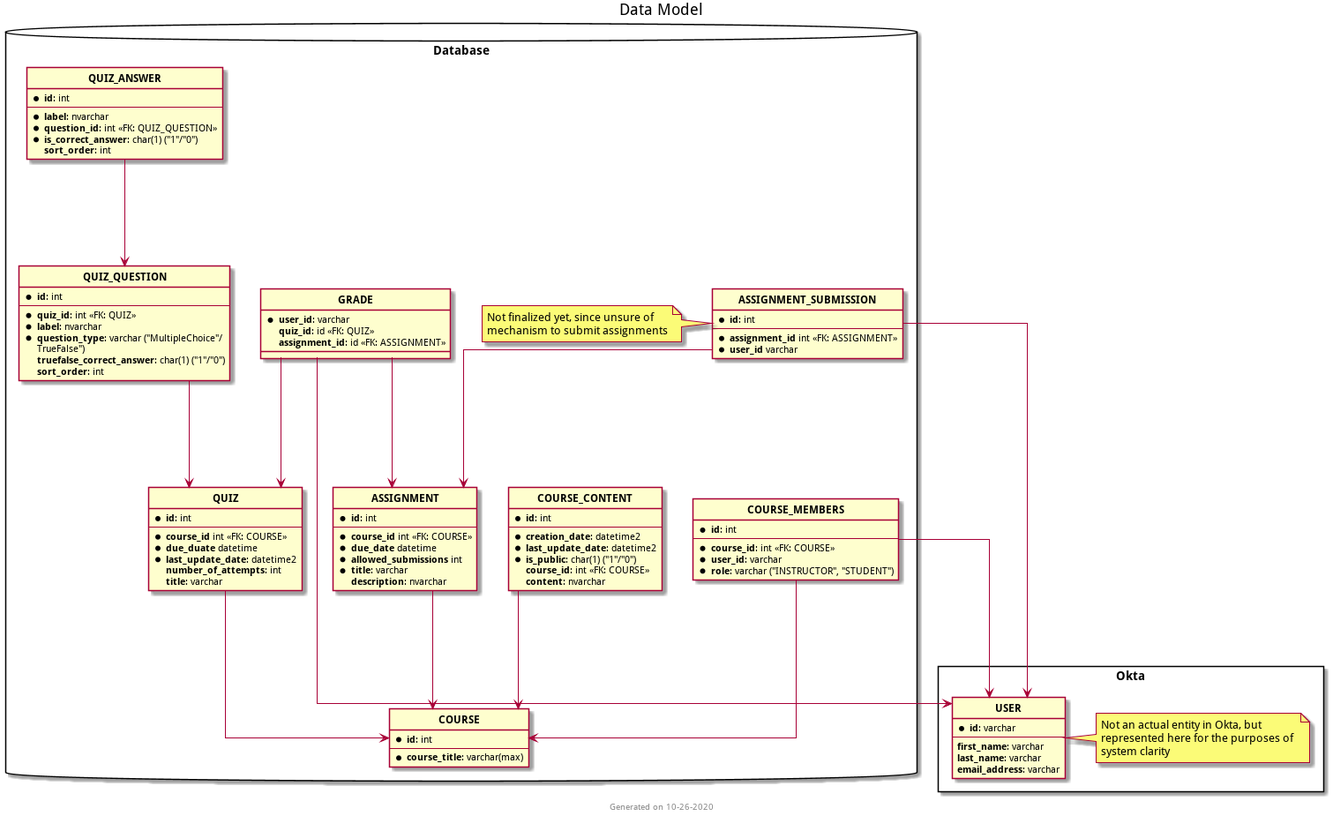
Earlier version of the PlantUML export output/ERDiagram.png (lightbulb-lms/documentation).
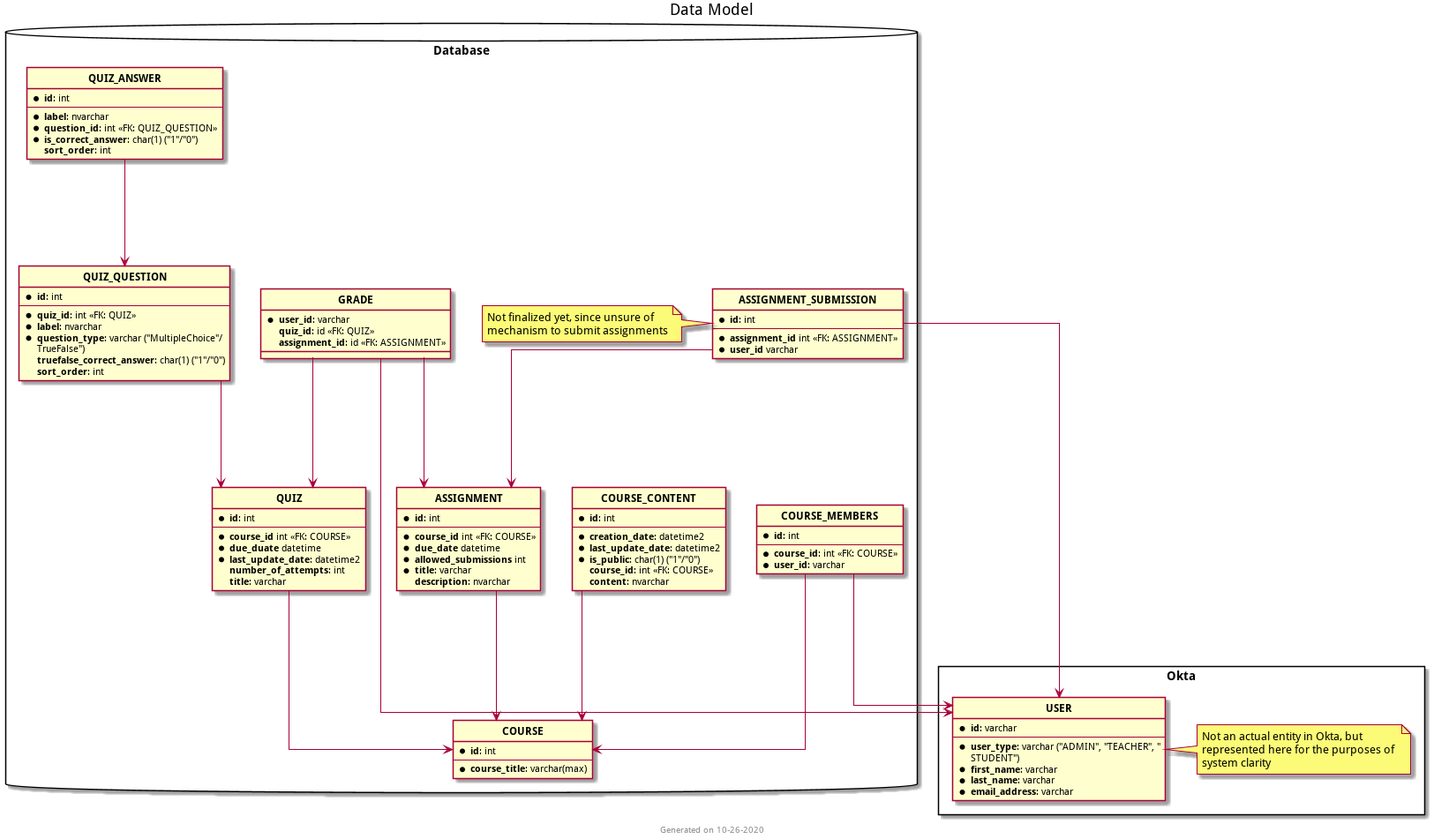
After the commit.

Change to the diagram source:
```diff
@@ -12,9 +12,10 @@
     entity "**USER**" as u {
         * **id**: varchar
         --
-        **first_name**: varchar
-        **last_name**: varchar
-        **email_address**: varchar
+        * **user_type**: varchar ("ADMIN", "TEACHER", "STUDENT")
+        * **first_name**: varchar
+        * **last_name**: varchar
+        * **email_address**: varchar
     }
     note right
         Not an actual entity in Okta, but represented here for the purposes of system clarity
@@ -33,7 +34,6 @@
         --
         * **course_id**: int <<FK: COURSE>>
         * **user_id**: varchar
-        * **role**: varchar ("INSTRUCTOR", "STUDENT")
     }
 
     entity "**COURSE_CONTENT**" as cc {
```
